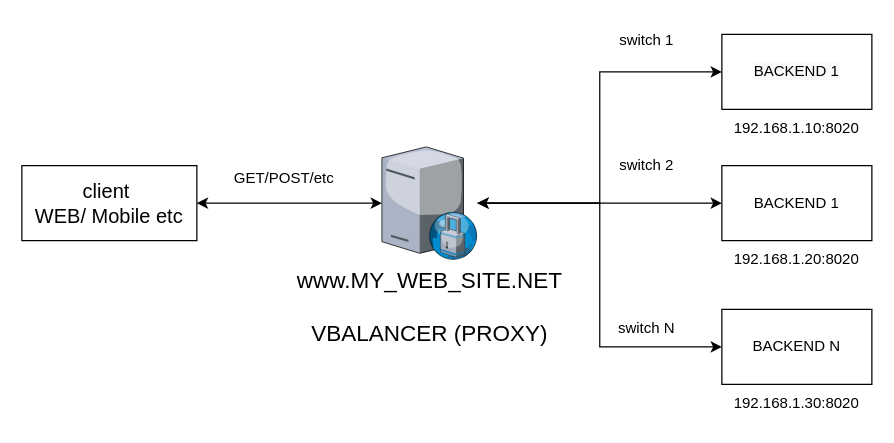
This is assets/vbalancer.drawio from microup/vbalancer, a draw.io file, before an edit. Source tidied: cells renumbered, new cells numbered last; positions are measured from the earlier drawing's top-left corner, leaving out a move shared by most shapes. Both pictures are drawn from the tidied source at 125%, with x=0, y=0 at pixel (21, 21).
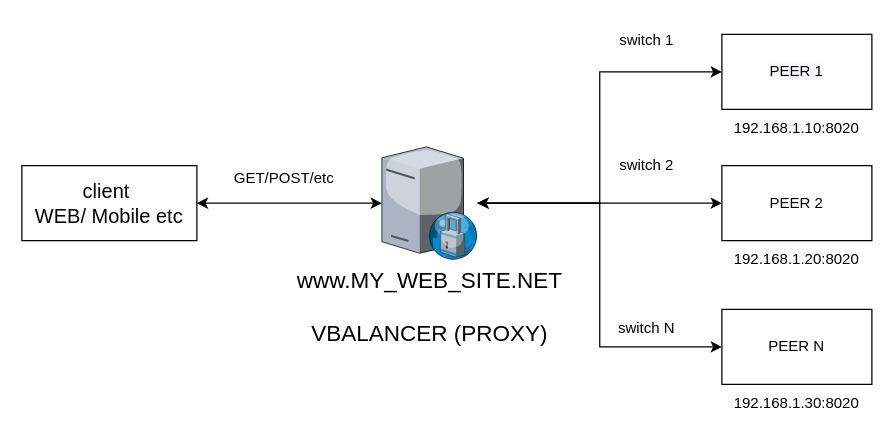
The same diagram, later.

The edit, as a diff of the source:
```diff
@@
 <mxGraphModel>
   <root>
     <mxCell id="0" />
     <mxCell id="1" parent="0" />
     <mxCell id="2" value="&lt;font style=&quot;font-size: 16px&quot;&gt;client&amp;nbsp;&lt;br&gt;WEB/ Mobile etc&lt;br&gt;&lt;/font&gt;" style="rounded=0;whiteSpace=wrap;html=1;" parent="1" vertex="1">
       <mxGeometry y="115" width="140" height="60" as="geometry" />
     </mxCell>
     <mxCell id="3" value="&lt;font style=&quot;font-size: 18px&quot;&gt;www.MY_WEB_SITE.NET&lt;br&gt;&lt;br&gt;VBALANCER (PROXY)&lt;br&gt;&lt;br&gt;&lt;/font&gt;" style="verticalLabelPosition=bottom;sketch=0;html=1;verticalAlign=top;strokeColor=none;align=center;outlineConnect=0;shape=mxgraph.citrix.proxy_server;" parent="1" vertex="1">
       <mxGeometry x="288" y="100" width="76.5" height="90" as="geometry" />
     </mxCell>
-    <mxCell id="4" value="&lt;span style=&quot;color: rgb(0 , 0 , 0) ; font-family: &amp;#34;helvetica&amp;#34; ; font-size: 12px ; font-style: normal ; font-weight: 400 ; letter-spacing: normal ; text-align: center ; text-indent: 0px ; text-transform: none ; word-spacing: 0px ; background-color: rgb(248 , 249 , 250) ; display: inline ; float: none&quot;&gt;BACKEND 1&lt;/span&gt;" style="rounded=0;whiteSpace=wrap;html=1;" parent="1" vertex="1">
+    <mxCell id="4" value="&lt;span style=&quot;color: rgb(0 , 0 , 0) ; font-family: &amp;#34;helvetica&amp;#34; ; font-size: 12px ; font-style: normal ; font-weight: 400 ; letter-spacing: normal ; text-align: center ; text-indent: 0px ; text-transform: none ; word-spacing: 0px ; background-color: rgb(248 , 249 , 250) ; display: inline ; float: none&quot;&gt;PEER 1&lt;/span&gt;" style="rounded=0;whiteSpace=wrap;html=1;" parent="1" vertex="1">
       <mxGeometry x="560" y="10" width="120" height="60" as="geometry" />
     </mxCell>
     <mxCell id="5" value="192.168.1.10:8020" style="text;html=1;strokeColor=none;fillColor=none;align=center;verticalAlign=middle;whiteSpace=wrap;rounded=0;" parent="1" vertex="1">
       <mxGeometry x="560" y="70" width="120" height="30" as="geometry" />
     </mxCell>
-    <mxCell id="6" value="&lt;span style=&quot;font-family: &amp;#34;helvetica&amp;#34;&quot;&gt;BACKEND 1&lt;/span&gt;" style="rounded=0;whiteSpace=wrap;html=1;" parent="1" vertex="1">
+    <mxCell id="6" value="&lt;span style=&quot;font-family: &amp;#34;helvetica&amp;#34;&quot;&gt;PEER 2&lt;/span&gt;" style="rounded=0;whiteSpace=wrap;html=1;" parent="1" vertex="1">
       <mxGeometry x="560" y="115" width="120" height="60" as="geometry" />
     </mxCell>
     <mxCell id="7" value="192.168.1.20:8020" style="text;html=1;strokeColor=none;fillColor=none;align=center;verticalAlign=middle;whiteSpace=wrap;rounded=0;" parent="1" vertex="1">
       <mxGeometry x="560" y="175" width="120" height="30" as="geometry" />
     </mxCell>
-    <mxCell id="8" value="&lt;span style=&quot;font-family: &amp;#34;helvetica&amp;#34;&quot;&gt;BACKEND N&lt;/span&gt;" style="rounded=0;whiteSpace=wrap;html=1;" parent="1" vertex="1">
+    <mxCell id="8" value="&lt;span style=&quot;font-family: &amp;#34;helvetica&amp;#34;&quot;&gt;PEER N&lt;/span&gt;" style="rounded=0;whiteSpace=wrap;html=1;" parent="1" vertex="1">
       <mxGeometry x="560" y="230" width="120" height="60" as="geometry" />
     </mxCell>
     <mxCell id="9" value="192.168.1.30:8020" style="text;html=1;strokeColor=none;fillColor=none;align=center;verticalAlign=middle;whiteSpace=wrap;rounded=0;" parent="1" vertex="1">
       <mxGeometry x="560" y="290" width="120" height="30" as="geometry" />
     </mxCell>
     <mxCell id="10" style="endArrow=classic;startArrow=classic;html=1;rounded=0;edgeStyle=orthogonalEdgeStyle;exitX=1;exitY=0.5;exitDx=0;exitDy=0;" parent="1" edge="1" source="2" target="3">
       <mxGeometry relative="1" as="geometry" />
     </mxCell>
     <mxCell id="11" style="endArrow=classic;html=1;rounded=0;edgeStyle=orthogonalEdgeStyle;entryX=0;entryY=0.5;entryDx=0;entryDy=0;" parent="1" edge="1" source="3" target="4">
       <mxGeometry relative="1" as="geometry" />
     </mxCell>
     <mxCell id="12" style="endArrow=classic;startArrow=classic;html=1;rounded=0;edgeStyle=orthogonalEdgeStyle;entryX=0;entryY=0.5;entryDx=0;entryDy=0;" parent="1" edge="1" source="3" target="6">
       <mxGeometry relative="1" as="geometry" />
     </mxCell>
     <mxCell id="13" style="endArrow=classic;startArrow=classic;html=1;rounded=0;edgeStyle=orthogonalEdgeStyle;entryX=0;entryY=0.5;entryDx=0;entryDy=0;" parent="1" edge="1" source="3" target="8">
       <mxGeometry relative="1" as="geometry" />
     </mxCell>
     <mxCell id="14" value="switch 1" style="text;html=1;strokeColor=none;fillColor=none;align=center;verticalAlign=middle;whiteSpace=wrap;rounded=0;" parent="1" vertex="1">
       <mxGeometry x="470" width="60" height="30" as="geometry" />
     </mxCell>
     <mxCell id="15" value="switch 2" style="text;html=1;strokeColor=none;fillColor=none;align=center;verticalAlign=middle;whiteSpace=wrap;rounded=0;" parent="1" vertex="1">
       <mxGeometry x="470" y="100" width="60" height="30" as="geometry" />
     </mxCell>
     <mxCell id="16" value="switch N" style="text;html=1;strokeColor=none;fillColor=none;align=center;verticalAlign=middle;whiteSpace=wrap;rounded=0;" parent="1" vertex="1">
       <mxGeometry x="470" y="230" width="60" height="30" as="geometry" />
     </mxCell>
     <mxCell id="17" value="GET/POST/etc" style="text;html=1;strokeColor=none;fillColor=none;align=center;verticalAlign=middle;whiteSpace=wrap;rounded=0;" parent="1" vertex="1">
       <mxGeometry x="180" y="110" width="60" height="30" as="geometry" />
     </mxCell>
   </root>
 </mxGraphModel>
```
